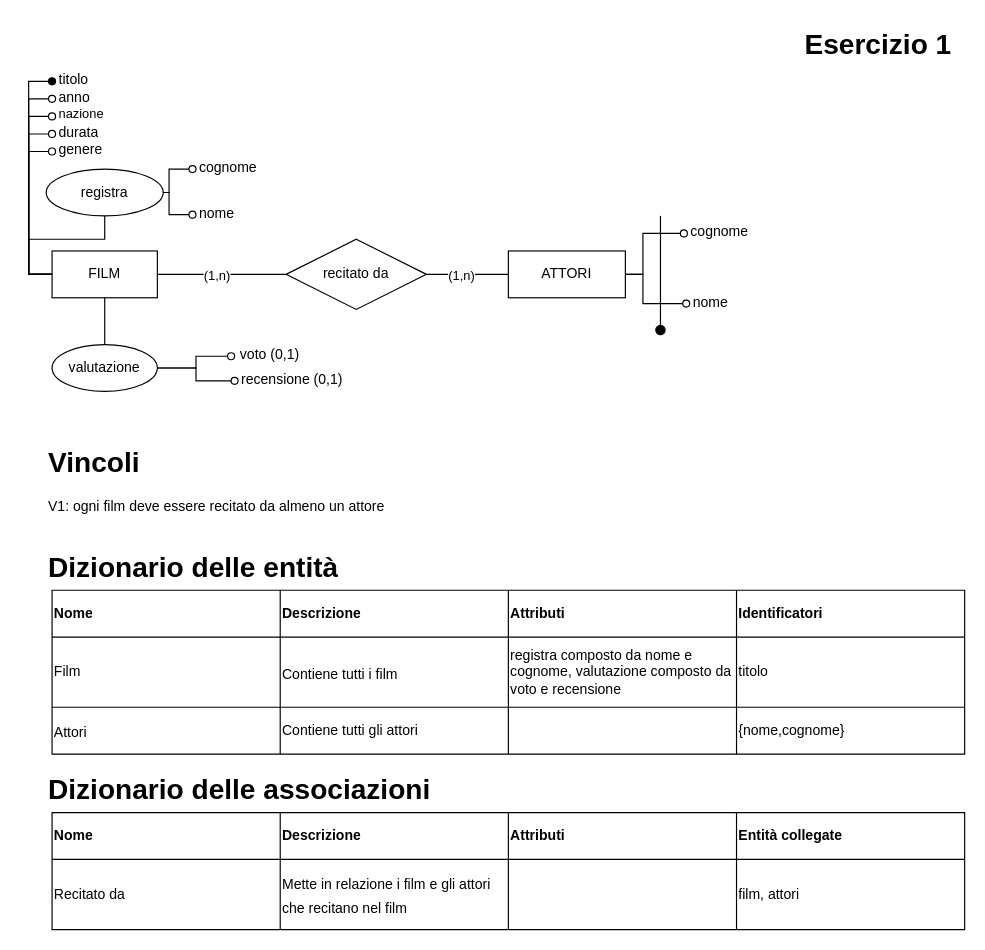
Earlier version of the draw.io diagram page "Page-1" (1 of 6) of esercizio_cinema/Esercizio-Cinema.drawio (RaphyJake/Basi-di-dati). Source tidied: cells renumbered, new cells numbered last; positions are measured from the earlier drawing's top-left corner, leaving out a move shared by most shapes. Both pictures are drawn from the tidied source at 117%, with x=0, y=0 at pixel (46, 20).
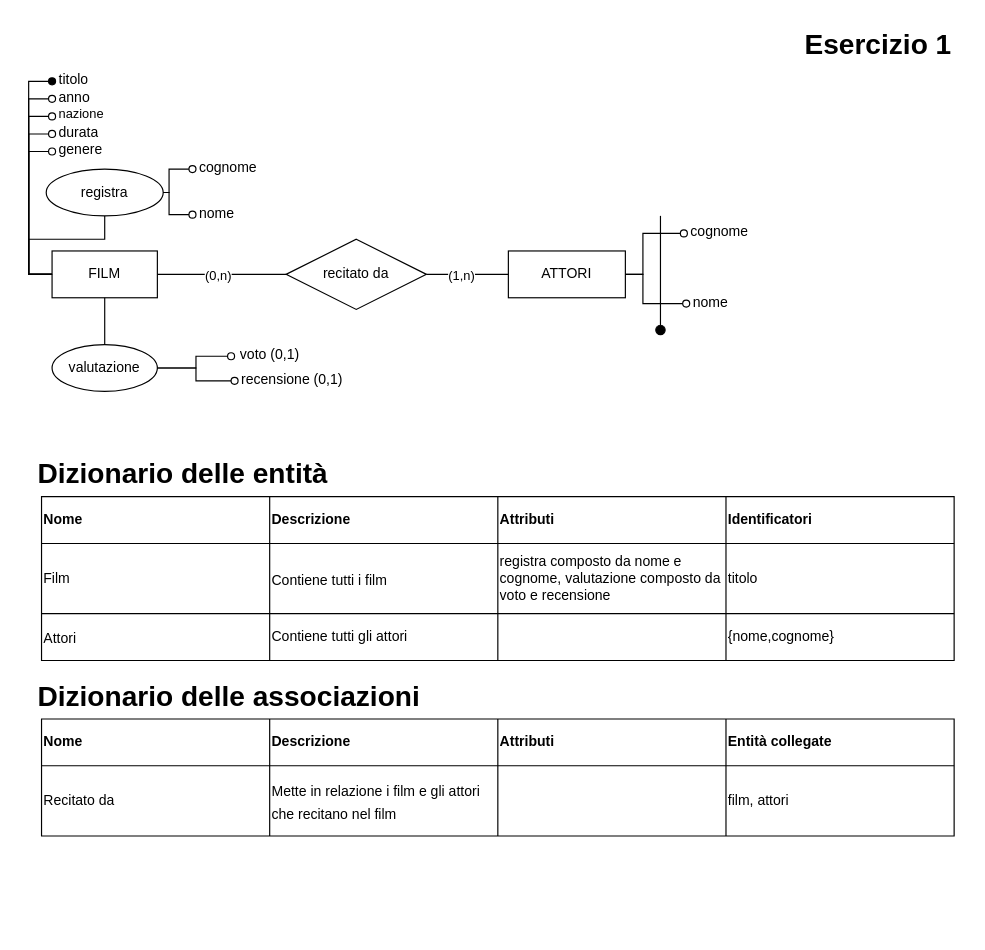
After the change.

Unchanged cells that the change refers to:
```xml
<mxCell id="6" style="endArrow=none;html=1;rounded=0;exitX=1;exitY=0.5;exitDx=0;exitDy=0;" parent="1" edge="1" source="3">
  <mxGeometry relative="1" as="geometry">
    <mxPoint x="205" y="217" as="targetPoint" />
  </mxGeometry>
</mxCell>
```

The edit, as a diff of the source:
```diff
@@
-    <mxCell id="7" value="&lt;div&gt;(1,n)&lt;/div&gt;" style="edgeLabel;html=1;align=center;verticalAlign=middle;" parent="6" vertex="1">
+    <mxCell id="7" value="(0,n)" style="edgeLabel;html=1;align=center;verticalAlign=middle;" parent="6" vertex="1">
       <mxGeometry x="0.64" y="-4" relative="1" as="geometry">
-        <mxPoint x="-40" y="-4" as="offset" />
+        <mxPoint x="-39" y="-4" as="offset" />
       </mxGeometry>
     </mxCell>
@@
-    <mxCell id="37" value="&lt;h1 style=&quot;margin-top: 0px;&quot;&gt;&lt;span style=&quot;background-color: transparent; color: light-dark(rgb(0, 0, 0), rgb(255, 255, 255));&quot;&gt;Vincoli&lt;/span&gt;&lt;/h1&gt;&lt;div&gt;&lt;span style=&quot;background-color: transparent; color: light-dark(rgb(0, 0, 0), rgb(255, 255, 255));&quot;&gt;V1: ogni film deve essere recitato da almeno un attore&lt;/span&gt;&lt;/div&gt;" style="text;html=1;whiteSpace=wrap;overflow=hidden;rounded=0;" parent="1" vertex="1">
-      <mxGeometry y="357" width="390" height="80" as="geometry" />
-    </mxCell>
     <mxCell id="38" value="&lt;h1 style=&quot;margin-top: 0px;&quot;&gt;Dizionario delle entità&lt;/h1&gt;" style="text;html=1;whiteSpace=wrap;overflow=hidden;rounded=0;" parent="1" vertex="1">
-      <mxGeometry y="447" width="520" height="40" as="geometry" />
+      <mxGeometry x="-9" y="367" width="520" height="40" as="geometry" />
     </mxCell>
     <mxCell id="39" style="shape=table;startSize=0;childLayout=tableLayout;fontSize=16;" parent="1" vertex="1">
-      <mxGeometry x="5" y="487" width="780" height="140" as="geometry" />
+      <mxGeometry x="-4" y="407" width="780" height="140" as="geometry" />
     </mxCell>
@@
     <mxCell id="55" value="&lt;h1 style=&quot;margin-top: 0px;&quot;&gt;Dizionario delle associazioni&lt;/h1&gt;" style="text;html=1;whiteSpace=wrap;overflow=hidden;rounded=0;" parent="1" vertex="1">
-      <mxGeometry y="637" width="520" height="40" as="geometry" />
+      <mxGeometry x="-9" y="557" width="520" height="40" as="geometry" />
     </mxCell>
     <mxCell id="56" style="shape=table;startSize=0;childLayout=tableLayout;fontSize=16;" parent="1" vertex="1">
-      <mxGeometry x="5" y="677" width="780" height="100" as="geometry" />
+      <mxGeometry x="-4" y="597" width="780" height="100" as="geometry" />
     </mxCell>
```
